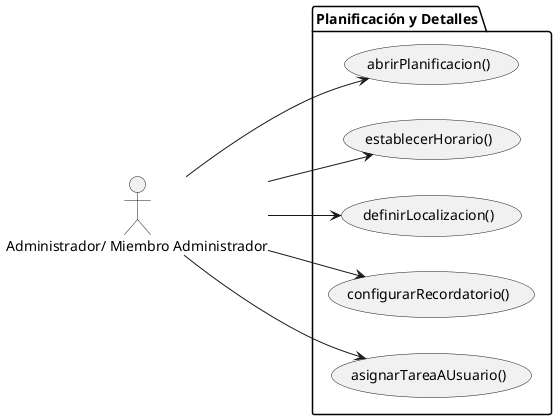
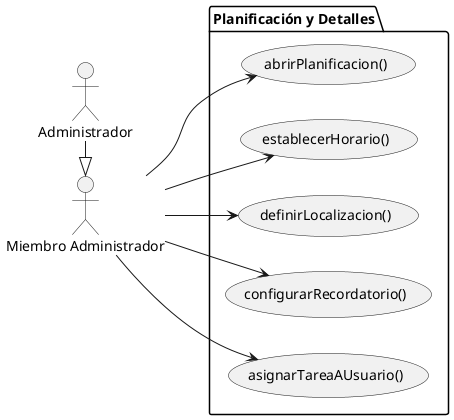
- @startuml DiagramaPlanificaciónYDetalles
+ @startuml DiagramaPlanificacionYDetalles
left to right direction
- actor "Administrador/ Miembro Administrador" as Admin
+ 
+ actor "Administrador" as Admin
+ actor "Miembro Administrador" as MiemAdmin
+ 
+ Admin -right-|> MiemAdmin

package "Planificación y Detalles" {
    usecase "abrirPlanificacion()" as UC_D1
    usecase "establecerHorario()" as UC_D2
    usecase "definirLocalizacion()" as UC_D3
    usecase "configurarRecordatorio()" as UC_D4
    usecase "asignarTareaAUsuario()" as UC_D5
}

- Admin --> UC_D1
- Admin --> UC_D2
- Admin --> UC_D3
- Admin --> UC_D4
- Admin --> UC_D5
+ MiemAdmin --> UC_D1
+ MiemAdmin --> UC_D2
+ MiemAdmin --> UC_D3
+ MiemAdmin --> UC_D4
+ MiemAdmin --> UC_D5

@enduml